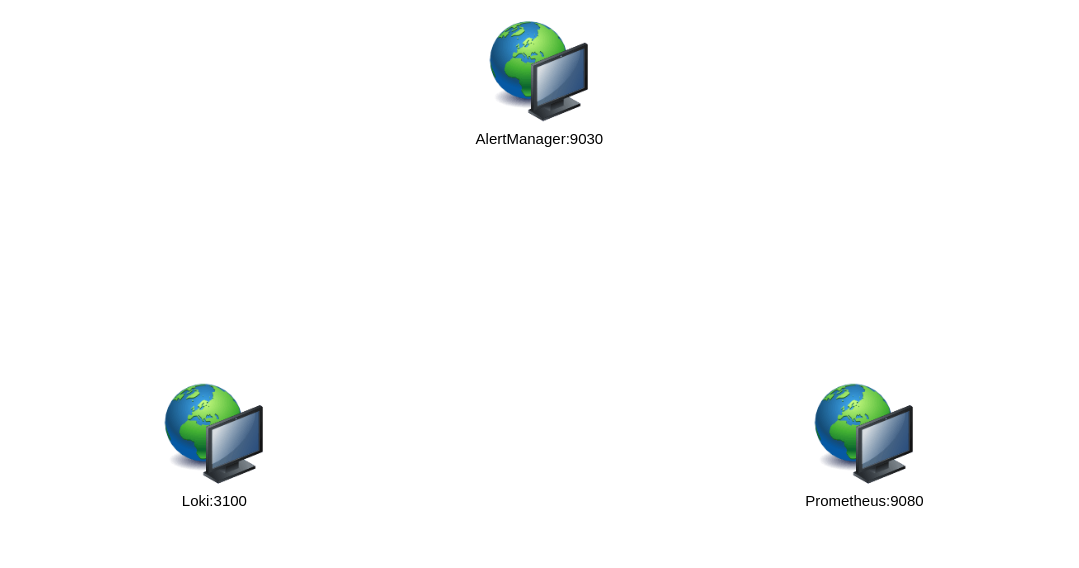
This is roles/alertmanager/templates/Untitled Diagram.drawio from emannersvip/ansible, a draw.io file, before an edit. Source tidied: cells renumbered, new cells numbered last; positions are measured from the earlier drawing's top-left corner, leaving out a move shared by most shapes. Both pictures are drawn from the tidied source at 125%, with x=0, y=0 at pixel (164, 21).
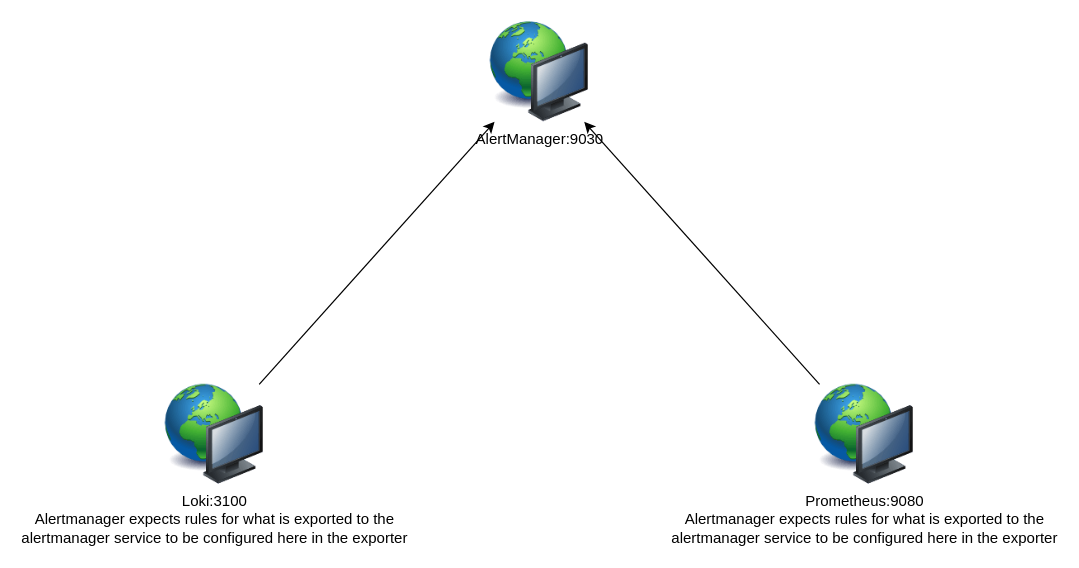
Above is the later version.

Diff of the diagram source:
```diff
@@
 <mxGraphModel>
   <root>
     <mxCell id="0" />
     <mxCell id="1" parent="0" />
     <mxCell id="2" value="AlertManager:9030&lt;div&gt;&lt;br&gt;&lt;/div&gt;" style="image;html=1;image=img/lib/clip_art/computers/Network_128x128.png;" parent="1" vertex="1">
       <mxGeometry x="260" width="80" height="80" as="geometry" />
     </mxCell>
+    <mxCell id="5" style="edgeStyle=none;rounded=0;jettySize=auto;html=1;" parent="1" edge="1" source="3" target="2">
+      <mxGeometry relative="1" as="geometry" />
+    </mxCell>
-    <mxCell id="3" value="Loki:3100" style="image;html=1;image=img/lib/clip_art/computers/Network_128x128.png;" parent="1" vertex="1">
+    <mxCell id="3" value="Loki:3100&lt;div&gt;Alertmanager expects rules for what is exported to the&lt;/div&gt;&lt;div&gt;alertmanager service to be configured here in the exporter&lt;/div&gt;" style="image;html=1;image=img/lib/clip_art/computers/Network_128x128.png;" parent="1" vertex="1">
       <mxGeometry y="290" width="80" height="80" as="geometry" />
     </mxCell>
+    <mxCell id="6" style="edgeStyle=none;rounded=0;jettySize=auto;html=1;" parent="1" edge="1" source="4" target="2">
+      <mxGeometry relative="1" as="geometry" />
+    </mxCell>
-    <mxCell id="4" value="Prometheus:9080" style="image;html=1;image=img/lib/clip_art/computers/Network_128x128.png;" parent="1" vertex="1">
+    <mxCell id="4" value="Prometheus:9080&lt;div&gt;&lt;div&gt;Alertmanager expects rules for what is exported to the&lt;/div&gt;&lt;div&gt;alertmanager service to be configured here in the exporter&lt;/div&gt;&lt;/div&gt;" style="image;html=1;image=img/lib/clip_art/computers/Network_128x128.png;" parent="1" vertex="1">
       <mxGeometry x="520" y="290" width="80" height="80" as="geometry" />
     </mxCell>
   </root>
 </mxGraphModel>
```
